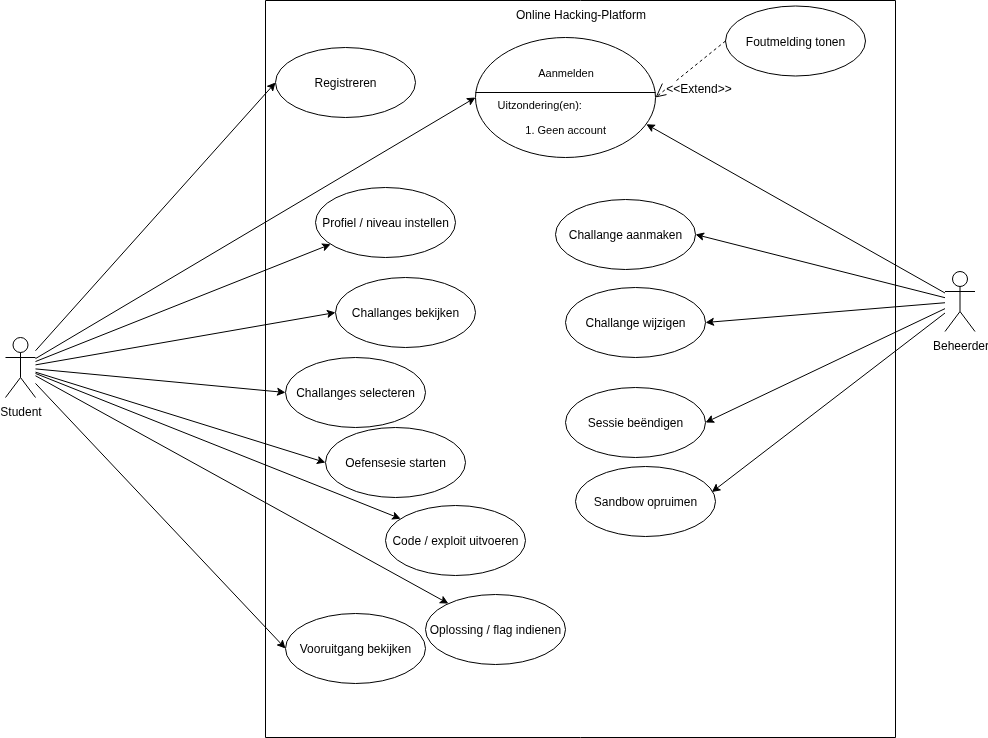
Before: diagrammen/usecasediagram.png, a diagram exported from draw.io (axelwey/ict-architecture-project). Source tidied: cells renumbered, new cells last; positions are measured from the earlier drawing's top-left corner, leaving out a move shared by most shapes.
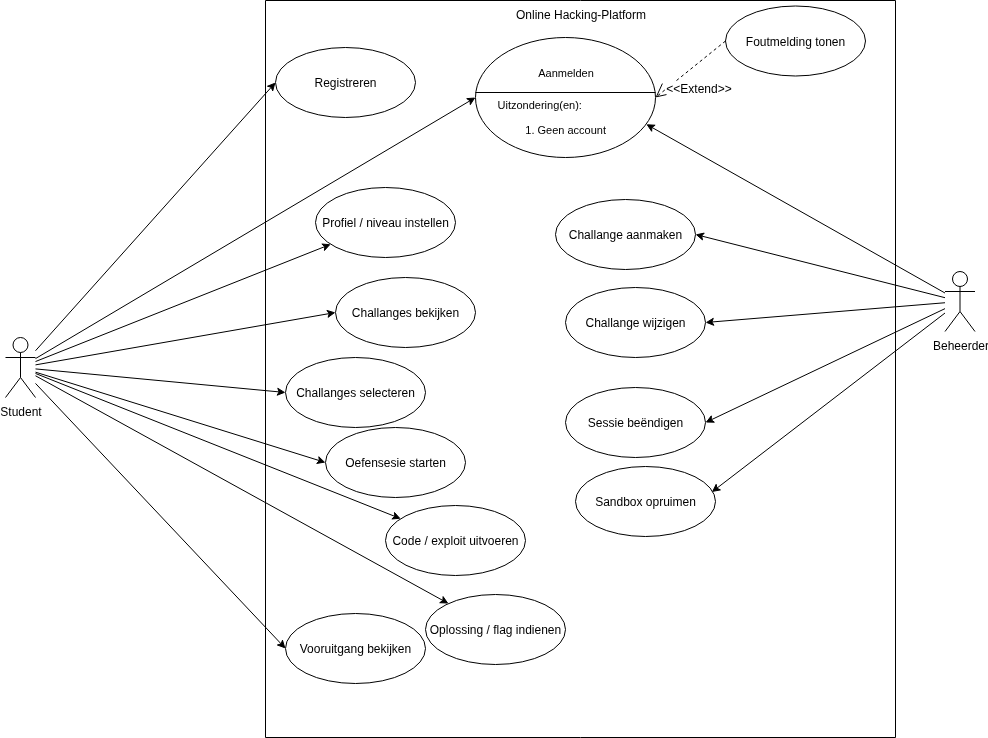
After the change.

Change to the diagram source:
```diff
@@ -95,7 +95,7 @@
     <mxCell id="32" value="Sessie beëndigen" style="ellipse;whiteSpace=wrap;html=1;" parent="1" vertex="1">
       <mxGeometry x="560" y="387" width="140" height="70" as="geometry" />
     </mxCell>
-    <mxCell id="33" value="Sandbow opruimen" style="ellipse;whiteSpace=wrap;html=1;" parent="1" vertex="1">
+    <mxCell id="33" value="Sandbox opruimen" style="ellipse;whiteSpace=wrap;html=1;" parent="1" vertex="1">
       <mxGeometry x="570" y="466" width="140" height="70" as="geometry" />
     </mxCell>
     <mxCell id="34" style="edgeStyle=none;shape=connector;rounded=0;jettySize=auto;html=1;entryX=0.949;entryY=0.723;entryDx=0;entryDy=0;entryPerimeter=0;strokeColor=default;align=center;verticalAlign=middle;fontFamily=Helvetica;fontSize=11;fontColor=default;labelBackgroundColor=default;endArrow=classic;" parent="1" edge="1" source="16" target="17">
```
